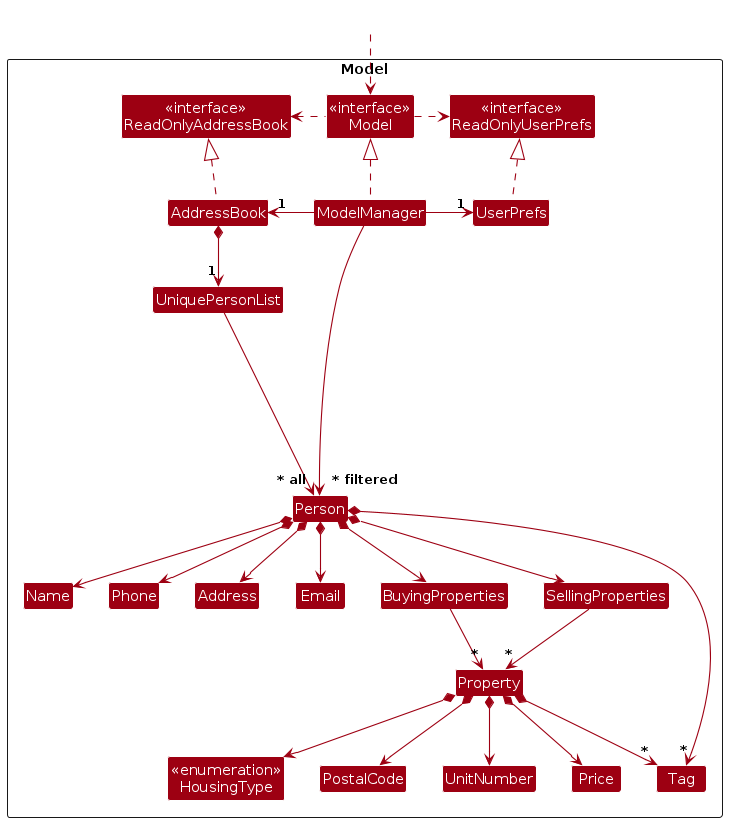
The PlantUML diagram diagrams/ModelClassDiagram.png in xqtann/tp, before a commit. Its source is kept beside it as diagrams/ModelClassDiagram.puml. The source it was exported from:
```plantuml
@startuml
!include style.puml
skinparam arrowThickness 1.1
skinparam arrowColor MODEL_COLOR
skinparam classBackgroundColor MODEL_COLOR

Package Model as ModelPackage <<Rectangle>>{
Class "<<interface>>\nReadOnlyAddressBook" as ReadOnlyAddressBook
Class "<<interface>>\nReadOnlyUserPrefs" as ReadOnlyUserPrefs
Class "<<interface>>\nModel" as Model
Class AddressBook
Class ModelManager
Class UserPrefs

Class UniquePersonList
Class Person
Class Address
Class Email
Class Name
Class Phone
Class Tag
Class BuyingProperties
Class SellingProperties

Class Property
Class "<<enumeration>>\nHousingType" as HousingType
Class PostalCode
Class UnitNumber
Class Price

Class I #FFFFFF
}

Class HiddenOutside #FFFFFF
HiddenOutside ..> Model

AddressBook .up.|> ReadOnlyAddressBook

ModelManager .up.|> Model
Model .right.> ReadOnlyUserPrefs
Model .left.> ReadOnlyAddressBook
ModelManager -left-> "1" AddressBook
ModelManager -right-> "1" UserPrefs
UserPrefs .up.|> ReadOnlyUserPrefs

AddressBook *--> "1" UniquePersonList
UniquePersonList --> "~* all" Person
Person *--> Name
Person *--> Phone
Person *--> Email
Person *--> Address
Person *--> "*" Tag
Person *--> BuyingProperties
Person *--> SellingProperties

SellingProperties --> "*" Property
BuyingProperties --> "*" Property

Property *--> HousingType
Property *--> PostalCode
Property *--> UnitNumber
Property *--> Price
Property *--> "*" Tag

Person -[hidden]up--> I
UniquePersonList -[hidden]right-> I
ModelManager -[hidden]right-> I

Name -[hidden]right-> Phone
Phone -[hidden]right-> Address
Address -[hidden]right-> Email
Email -[hidden]right-> BuyingProperties
BuyingProperties -[hidden]right-> SellingProperties

ModelManager -----> "~* filtered" Person
@enduml
```
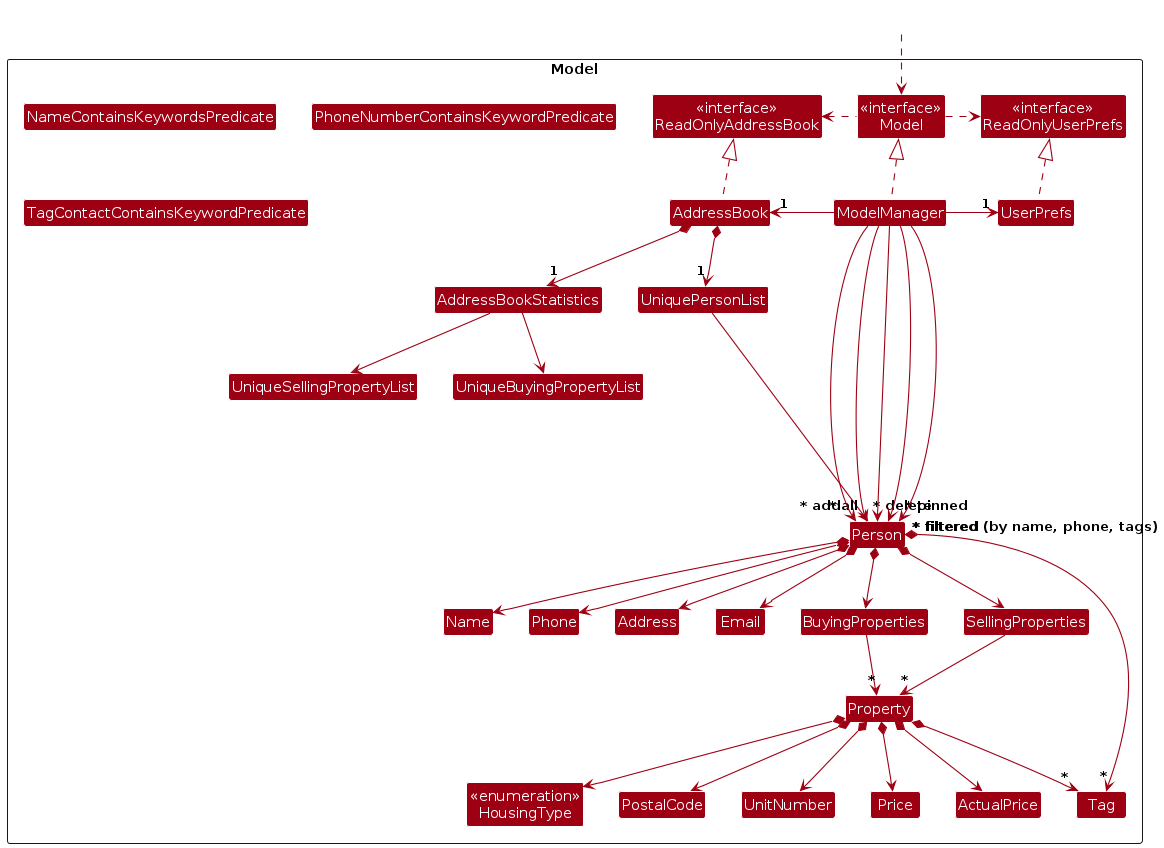
The same file after the commit.

The edit, as a diff of the source:
```diff
@@ -9,6 +9,9 @@
 Class "<<interface>>\nReadOnlyUserPrefs" as ReadOnlyUserPrefs
 Class "<<interface>>\nModel" as Model
 Class AddressBook
+Class AddressBookStatistics
+Class UniqueSellingPropertyList
+Class UniqueBuyingPropertyList
 Class ModelManager
 Class UserPrefs
 
@@ -19,14 +22,17 @@
 Class Name
 Class Phone
 Class Tag
+Class NameContainsKeywordsPredicate
+Class PhoneNumberContainsKeywordPredicate
+Class TagContactContainsKeywordPredicate
 Class BuyingProperties
 Class SellingProperties
-
 Class Property
 Class "<<enumeration>>\nHousingType" as HousingType
 Class PostalCode
 Class UnitNumber
 Class Price
+Class ActualPrice
 
 Class I #FFFFFF
 }
@@ -44,6 +50,10 @@
 UserPrefs .up.|> ReadOnlyUserPrefs
 
 AddressBook *--> "1" UniquePersonList
+AddressBook *--> "1" AddressBookStatistics
+AddressBookStatistics --> UniqueSellingPropertyList
+AddressBookStatistics --> UniqueBuyingPropertyList
+
 UniquePersonList --> "~* all" Person
 Person *--> Name
 Person *--> Phone
@@ -60,6 +70,7 @@
 Property *--> PostalCode
 Property *--> UnitNumber
 Property *--> Price
+Property *--> ActualPrice
 Property *--> "*" Tag
 
 Person -[hidden]up--> I
@@ -71,6 +82,12 @@
 Address -[hidden]right-> Email
 Email -[hidden]right-> BuyingProperties
 BuyingProperties -[hidden]right-> SellingProperties
+AddressBookStatistics -[hidden]right-> UniquePersonList
 
+
+ModelManager --> "~* add" Person
+ModelManager --> "~* delete" Person
+ModelManager --> "~* filtered (by name, phone, tags)" Person
+ModelManager --> "~* pinned" Person
 ModelManager -----> "~* filtered" Person
 @enduml
```
